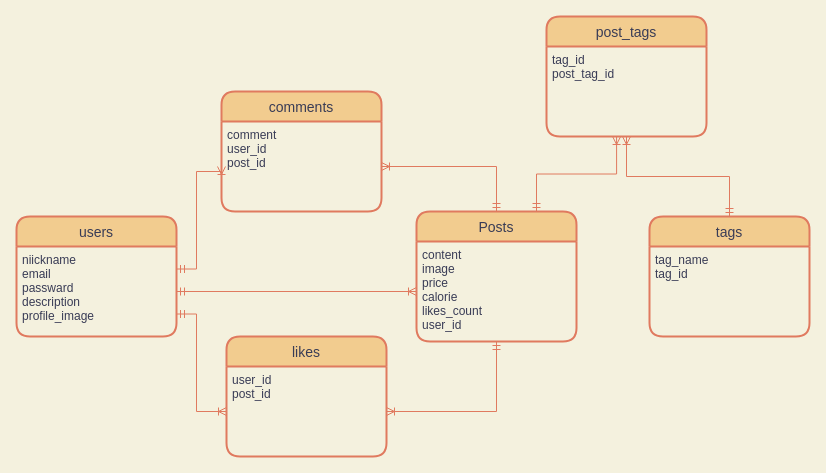
Above: ER図.dio in hakanaidomu/share_ice (draw.io), before the change. Source tidied: cells renumbered, new cells numbered last; positions are measured from the earlier drawing's top-left corner, leaving out a move shared by most shapes. Both pictures are drawn from the tidied source at 100%, with x=0, y=0 at pixel (16, 16).
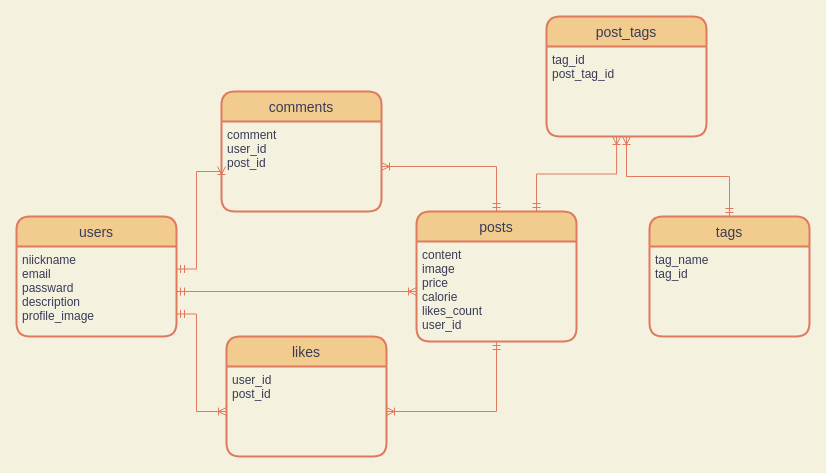
The same diagram, later.

Diff of the diagram source:
```diff
@@
-    <mxCell id="5" value="Posts" style="swimlane;horizontal=1;startSize=30;rounded=1;fontSize=14;fontStyle=0;strokeWidth=2;shadow=0;dashed=0;align=center;fillColor=#F2CC8F;strokeColor=#E07A5F;fontColor=#393C56;" parent="1" vertex="1">
+    <mxCell id="5" value="posts" style="swimlane;horizontal=1;startSize=30;rounded=1;fontSize=14;fontStyle=0;strokeWidth=2;shadow=0;dashed=0;align=center;fillColor=#F2CC8F;strokeColor=#E07A5F;fontColor=#393C56;" parent="1" vertex="1">
       <mxGeometry x="400" y="195" width="160" height="130" as="geometry" />
     </mxCell>
```
